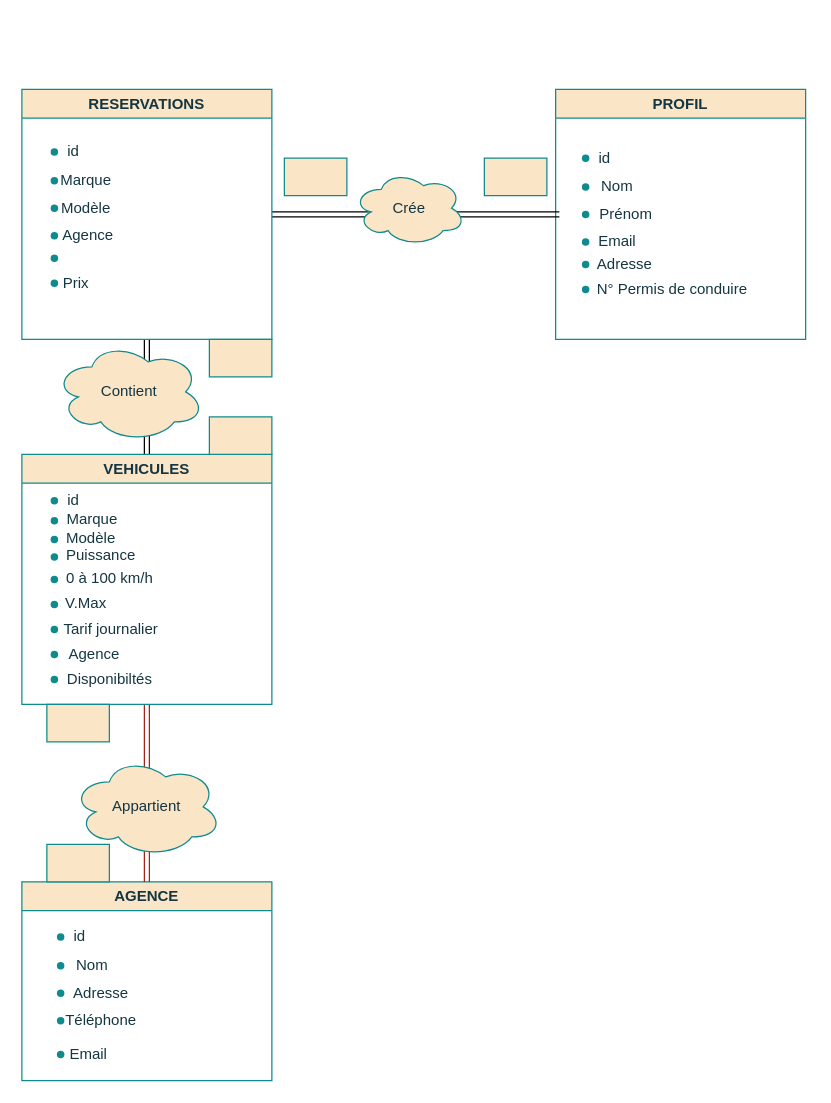
This is Diagramme sans nom.drawio from MichaelKrakowiak/Draw.io, a draw.io file, before an edit. Source tidied: cells renumbered, new cells numbered last; positions are measured from the earlier drawing's top-left corner, leaving out a move shared by most shapes. Both pictures are drawn from the tidied source at 125%, with x=0, y=0 at pixel (21, 89).
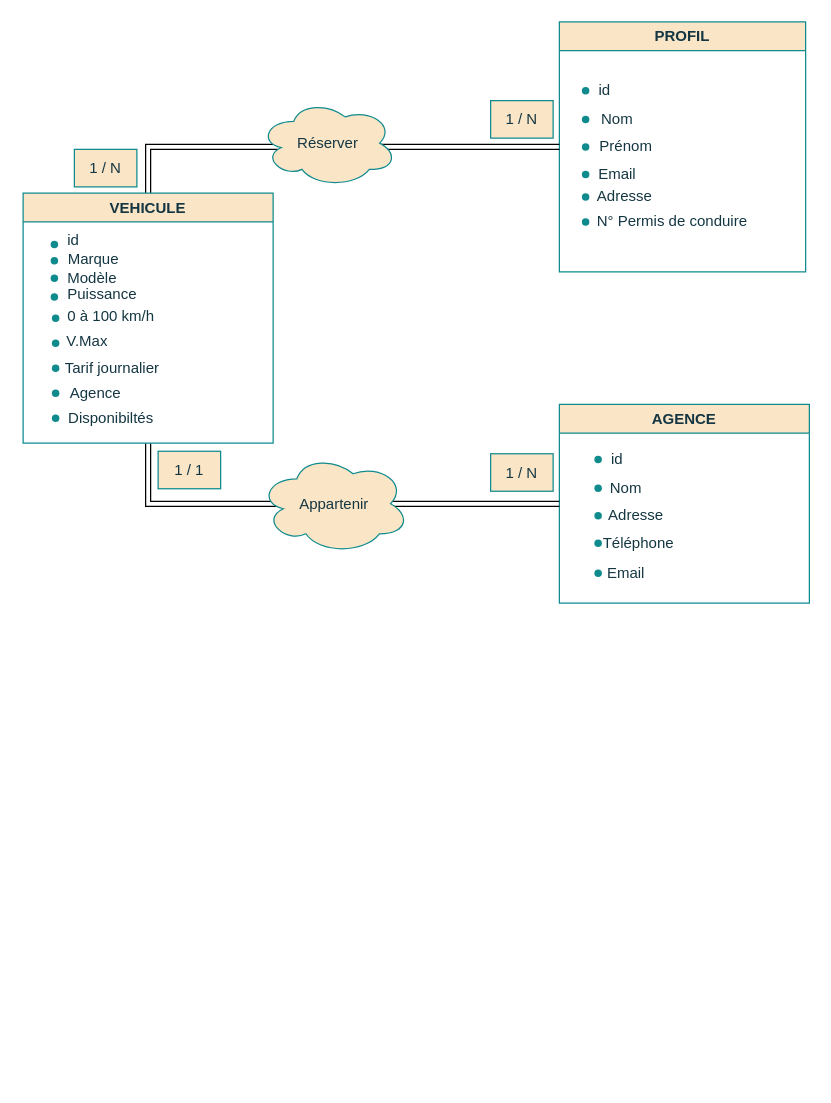
Above is the later version.

Commit message:
Mettre à jour Diagramme sans nom.drawio

The edit, as a diff of the source:
```diff
@@
     <mxCell id="2" value="PROFIL" style="swimlane;whiteSpace=wrap;html=1;labelBackgroundColor=none;fillColor=#FAE5C7;strokeColor=#0F8B8D;fontColor=#143642;" parent="1" vertex="1">
-      <mxGeometry x="427" width="200" height="200" as="geometry" />
+      <mxGeometry x="430" y="-54" width="197" height="200" as="geometry" />
     </mxCell>
     <mxCell id="3" value="AGENCE" style="swimlane;whiteSpace=wrap;html=1;labelBackgroundColor=none;fillColor=#FAE5C7;strokeColor=#0F8B8D;fontColor=#143642;" parent="1" vertex="1">
-      <mxGeometry y="634" width="200" height="159" as="geometry" />
+      <mxGeometry x="430" y="252" width="200" height="159" as="geometry" />
     </mxCell>
@@
     <mxCell id="9" value="Nom" style="text;html=1;align=center;verticalAlign=middle;strokeColor=none;fillColor=none;labelBackgroundColor=none;fontColor=#143642;" parent="3" vertex="1">
-      <mxGeometry x="31" y="52" width="50" height="30" as="geometry" />
+      <mxGeometry x="28" y="52" width="50" height="30" as="geometry" />
     </mxCell>
     <mxCell id="10" value="Adresse" style="text;html=1;align=center;verticalAlign=middle;strokeColor=none;fillColor=none;labelBackgroundColor=none;fontColor=#143642;" parent="3" vertex="1">
-      <mxGeometry x="28" y="74" width="70" height="30" as="geometry" />
+      <mxGeometry x="26" y="74" width="70" height="30" as="geometry" />
     </mxCell>
@@
-    <mxCell id="12" style="edgeStyle=orthogonalEdgeStyle;rounded=0;jettySize=auto;html=1;exitX=1;exitY=0.5;exitDx=0;exitDy=0;shape=link;" parent="1" edge="1" source="14">
-      <mxGeometry relative="1" as="geometry">
-        <mxPoint x="430" y="100" as="targetPoint" />
-      </mxGeometry>
-    </mxCell>
-    <mxCell id="13" style="edgeStyle=orthogonalEdgeStyle;rounded=0;jettySize=auto;html=1;exitX=0.5;exitY=1;exitDx=0;exitDy=0;entryX=0.5;entryY=0;entryDx=0;entryDy=0;shape=link;" parent="1" edge="1" source="14" target="27">
-      <mxGeometry relative="1" as="geometry" />
-    </mxCell>
-    <mxCell id="14" value="RESERVATIONS" style="swimlane;whiteSpace=wrap;html=1;labelBackgroundColor=none;fillColor=#FAE5C7;strokeColor=#0F8B8D;fontColor=#143642;" parent="1" vertex="1">
-      <mxGeometry width="200" height="200" as="geometry" />
-    </mxCell>
-    <mxCell id="15" style="shape=waypoint;sketch=0;size=6;fillColor=none;perimeter=centerPerimeter;labelBackgroundColor=none;strokeColor=#0F8B8D;fontColor=#143642;" parent="14" vertex="1">
-      <mxGeometry x="16" y="107" width="20" height="20" as="geometry" />
-    </mxCell>
-    <mxCell id="16" style="shape=waypoint;sketch=0;size=6;fillColor=none;perimeter=centerPerimeter;labelBackgroundColor=none;strokeColor=#0F8B8D;fontColor=#143642;" parent="14" vertex="1">
-      <mxGeometry x="16" y="40" width="20" height="20" as="geometry" />
-    </mxCell>
-    <mxCell id="17" value="id" style="text;html=1;align=center;verticalAlign=middle;strokeColor=none;fillColor=none;labelBackgroundColor=none;fontColor=#143642;" parent="14" vertex="1">
-      <mxGeometry x="26" y="35" width="30" height="30" as="geometry" />
-    </mxCell>
-    <mxCell id="18" style="shape=waypoint;sketch=0;size=6;fillColor=none;perimeter=centerPerimeter;labelBackgroundColor=none;strokeColor=#0F8B8D;fontColor=#143642;" parent="14" vertex="1">
-      <mxGeometry x="16" y="63" width="20" height="20" as="geometry" />
-    </mxCell>
-    <mxCell id="19" style="shape=waypoint;sketch=0;size=6;fillColor=none;perimeter=centerPerimeter;labelBackgroundColor=none;strokeColor=#0F8B8D;fontColor=#143642;" parent="14" vertex="1">
-      <mxGeometry x="16" y="85" width="20" height="20" as="geometry" />
-    </mxCell>
-    <mxCell id="20" value="Marque" style="text;html=1;align=center;verticalAlign=middle;strokeColor=none;fillColor=none;labelBackgroundColor=none;fontColor=#143642;" parent="14" vertex="1">
-      <mxGeometry x="21" y="58" width="60" height="30" as="geometry" />
-    </mxCell>
-    <mxCell id="21" value="Modèle" style="text;html=1;align=center;verticalAlign=middle;strokeColor=none;fillColor=none;labelBackgroundColor=none;fontColor=#143642;" parent="14" vertex="1">
-      <mxGeometry x="21" y="80" width="60" height="30" as="geometry" />
-    </mxCell>
-    <mxCell id="22" value="&amp;nbsp;Agence" style="text;html=1;align=center;verticalAlign=middle;strokeColor=none;fillColor=none;labelBackgroundColor=none;fontColor=#143642;" parent="14" vertex="1">
-      <mxGeometry x="16" y="102" width="70" height="30" as="geometry" />
-    </mxCell>
-    <mxCell id="23" style="shape=waypoint;sketch=0;size=6;fillColor=none;perimeter=centerPerimeter;labelBackgroundColor=none;strokeColor=#0F8B8D;fontColor=#143642;" parent="14" vertex="1">
-      <mxGeometry x="16" y="145" width="20" height="20" as="geometry" />
-    </mxCell>
-    <mxCell id="24" style="shape=waypoint;sketch=0;size=6;fillColor=none;perimeter=centerPerimeter;labelBackgroundColor=none;strokeColor=#0F8B8D;fontColor=#143642;" parent="14" vertex="1">
-      <mxGeometry x="16" y="125" width="20" height="20" as="geometry" />
-    </mxCell>
-    <mxCell id="25" value="Prix" style="text;html=1;align=center;verticalAlign=middle;strokeColor=none;fillColor=none;labelBackgroundColor=none;fontColor=#143642;" parent="14" vertex="1">
-      <mxGeometry x="23" y="140" width="40" height="30" as="geometry" />
-    </mxCell>
+    <mxCell id="67" style="shape=waypoint;sketch=0;size=6;fillColor=none;perimeter=centerPerimeter;labelBackgroundColor=none;strokeColor=#0F8B8D;fontColor=#143642;" parent="3" vertex="1">
+      <mxGeometry x="21" y="125" width="20" height="20" as="geometry" />
+    </mxCell>
+    <mxCell id="68" value="Email" style="text;html=1;align=center;verticalAlign=middle;strokeColor=none;fillColor=none;labelBackgroundColor=none;fontColor=#143642;" parent="3" vertex="1">
+      <mxGeometry x="28" y="120" width="50" height="30" as="geometry" />
+    </mxCell>
+    <mxCell id="69" style="edgeStyle=orthogonalEdgeStyle;rounded=0;jettySize=auto;html=1;exitX=0.5;exitY=0;exitDx=0;exitDy=0;entryX=0;entryY=0.5;entryDx=0;entryDy=0;shape=link;" parent="1" edge="1" source="27" target="2">
+      <mxGeometry relative="1" as="geometry" />
+    </mxCell>
-    <mxCell id="26" style="edgeStyle=orthogonalEdgeStyle;rounded=0;jettySize=auto;html=1;exitX=0.5;exitY=1;exitDx=0;exitDy=0;entryX=0.5;entryY=0;entryDx=0;entryDy=0;strokeColor=#A8201A;fontColor=#143642;fillColor=#FAE5C7;shape=link;" parent="1" edge="1" source="27" target="3">
+    <mxCell id="26" style="edgeStyle=orthogonalEdgeStyle;rounded=0;jettySize=auto;html=1;exitX=0.5;exitY=1;exitDx=0;exitDy=0;entryX=0;entryY=0.5;entryDx=0;entryDy=0;shape=link;" parent="1" edge="1" source="27" target="3">
       <mxGeometry relative="1" as="geometry" />
     </mxCell>
-    <mxCell id="27" value="VEHICULES" style="swimlane;whiteSpace=wrap;html=1;labelBackgroundColor=none;fillColor=#FAE5C7;strokeColor=#0F8B8D;fontColor=#143642;" parent="1" vertex="1">
-      <mxGeometry y="292" width="200" height="200" as="geometry" />
+    <mxCell id="27" value="VEHICULE" style="swimlane;whiteSpace=wrap;html=1;labelBackgroundColor=none;fillColor=#FAE5C7;strokeColor=#0F8B8D;fontColor=#143642;" parent="1" vertex="1">
+      <mxGeometry x="1" y="83" width="200" height="200" as="geometry" />
     </mxCell>
@@
-    <mxCell id="39" style="rounded=0;whiteSpace=wrap;html=1;strokeColor=#0F8B8D;fontColor=#143642;fillColor=#FAE5C7;" parent="1" vertex="1">
-      <mxGeometry x="210" y="55" width="50" height="30" as="geometry" />
-    </mxCell>
-    <mxCell id="40" style="rounded=0;whiteSpace=wrap;html=1;strokeColor=#0F8B8D;fontColor=#143642;fillColor=#FAE5C7;" parent="1" vertex="1">
-      <mxGeometry x="370" y="55" width="50" height="30" as="geometry" />
+    <mxCell id="40" value="1 / N" style="rounded=0;whiteSpace=wrap;html=1;strokeColor=#0F8B8D;fontColor=#143642;fillColor=#FAE5C7;" parent="1" vertex="1">
+      <mxGeometry x="375" y="9" width="50" height="30" as="geometry" />
     </mxCell>
-    <mxCell id="41" style="rounded=0;whiteSpace=wrap;html=1;strokeColor=#0F8B8D;fontColor=#143642;fillColor=#FAE5C7;" parent="1" vertex="1">
-      <mxGeometry x="20" y="604" width="50" height="30" as="geometry" />
+    <mxCell id="41" value="1 / N" style="rounded=0;whiteSpace=wrap;html=1;strokeColor=#0F8B8D;fontColor=#143642;fillColor=#FAE5C7;" parent="1" vertex="1">
+      <mxGeometry x="375" y="291.5" width="50" height="30" as="geometry" />
     </mxCell>
-    <mxCell id="42" style="rounded=0;whiteSpace=wrap;html=1;strokeColor=#0F8B8D;fontColor=#143642;fillColor=#FAE5C7;" parent="1" vertex="1">
-      <mxGeometry x="20" y="492" width="50" height="30" as="geometry" />
+    <mxCell id="42" value="1 / 1" style="rounded=0;whiteSpace=wrap;html=1;strokeColor=#0F8B8D;fontColor=#143642;fillColor=#FAE5C7;" parent="1" vertex="1">
+      <mxGeometry x="109" y="289.5" width="50" height="30" as="geometry" />
     </mxCell>
-    <mxCell id="43" value="Appartient" style="ellipse;shape=cloud;whiteSpace=wrap;html=1;labelBackgroundColor=none;fillColor=#FAE5C7;strokeColor=#0F8B8D;fontColor=#143642;" parent="1" vertex="1">
-      <mxGeometry x="40" y="534" width="120" height="80" as="geometry" />
+    <mxCell id="43" value="Appartenir" style="ellipse;shape=cloud;whiteSpace=wrap;html=1;labelBackgroundColor=none;fillColor=#FAE5C7;strokeColor=#0F8B8D;fontColor=#143642;" parent="1" vertex="1">
+      <mxGeometry x="190" y="291.5" width="120" height="80" as="geometry" />
     </mxCell>
-    <mxCell id="44" value="Crée" style="ellipse;shape=cloud;whiteSpace=wrap;html=1;labelBackgroundColor=none;fillColor=#FAE5C7;strokeColor=#0F8B8D;fontColor=#143642;" parent="1" vertex="1">
-      <mxGeometry x="265" y="65" width="90" height="60" as="geometry" />
+    <mxCell id="44" value="Réserver" style="ellipse;shape=cloud;whiteSpace=wrap;html=1;labelBackgroundColor=none;fillColor=#FAE5C7;strokeColor=#0F8B8D;fontColor=#143642;" parent="1" vertex="1">
+      <mxGeometry x="190" y="8" width="110" height="70" as="geometry" />
     </mxCell>
-    <mxCell id="45" value="Contient" style="ellipse;shape=cloud;whiteSpace=wrap;html=1;labelBackgroundColor=none;fillColor=#FAE5C7;strokeColor=#0F8B8D;fontColor=#143642;" parent="1" vertex="1">
-      <mxGeometry x="26" y="202" width="120" height="80" as="geometry" />
-    </mxCell>
-    <mxCell id="46" style="rounded=0;whiteSpace=wrap;html=1;strokeColor=#0F8B8D;fontColor=#143642;fillColor=#FAE5C7;" parent="1" vertex="1">
-      <mxGeometry x="150" y="262" width="50" height="30" as="geometry" />
+    <mxCell id="46" value="1 / N" style="rounded=0;whiteSpace=wrap;html=1;strokeColor=#0F8B8D;fontColor=#143642;fillColor=#FAE5C7;" parent="1" vertex="1">
+      <mxGeometry x="42" y="48" width="50" height="30" as="geometry" />
     </mxCell>
-    <mxCell id="47" style="rounded=0;whiteSpace=wrap;html=1;strokeColor=#0F8B8D;fontColor=#143642;fillColor=#FAE5C7;" parent="1" vertex="1">
-      <mxGeometry x="150" y="200" width="50" height="30" as="geometry" />
-    </mxCell>
     <mxCell id="48" style="shape=waypoint;sketch=0;size=6;fillColor=none;perimeter=centerPerimeter;labelBackgroundColor=none;strokeColor=#0F8B8D;fontColor=#143642;" parent="1" vertex="1">
-      <mxGeometry x="16" y="364" width="20" height="20" as="geometry" />
+      <mxGeometry x="16" y="156" width="20" height="20" as="geometry" />
     </mxCell>
     <mxCell id="49" style="shape=waypoint;sketch=0;size=6;fillColor=none;perimeter=centerPerimeter;labelBackgroundColor=none;strokeColor=#0F8B8D;fontColor=#143642;" parent="1" vertex="1">
-      <mxGeometry x="16" y="319" width="20" height="20" as="geometry" />
+      <mxGeometry x="16" y="114" width="20" height="20" as="geometry" />
     </mxCell>
     <mxCell id="50" value="id" style="text;html=1;align=center;verticalAlign=middle;strokeColor=none;fillColor=none;labelBackgroundColor=none;fontColor=#143642;" parent="1" vertex="1">
-      <mxGeometry x="26" y="314" width="30" height="30" as="geometry" />
+      <mxGeometry x="26" y="106" width="30" height="30" as="geometry" />
     </mxCell>
     <mxCell id="51" style="shape=waypoint;sketch=0;size=6;fillColor=none;perimeter=centerPerimeter;labelBackgroundColor=none;strokeColor=#0F8B8D;fontColor=#143642;" parent="1" vertex="1">
-      <mxGeometry x="16" y="335" width="20" height="20" as="geometry" />
+      <mxGeometry x="16" y="127" width="20" height="20" as="geometry" />
     </mxCell>
     <mxCell id="52" style="shape=waypoint;sketch=0;size=6;fillColor=none;perimeter=centerPerimeter;labelBackgroundColor=none;strokeColor=#0F8B8D;fontColor=#143642;" parent="1" vertex="1">
-      <mxGeometry x="16" y="350" width="20" height="20" as="geometry" />
+      <mxGeometry x="16" y="141" width="20" height="20" as="geometry" />
     </mxCell>
     <mxCell id="53" value="Marque" style="text;html=1;align=center;verticalAlign=middle;strokeColor=none;fillColor=none;labelBackgroundColor=none;fontColor=#143642;" parent="1" vertex="1">
-      <mxGeometry x="26" y="329" width="60" height="30" as="geometry" />
+      <mxGeometry x="27" y="121" width="60" height="30" as="geometry" />
     </mxCell>
     <mxCell id="54" value="Modèle" style="text;html=1;align=center;verticalAlign=middle;strokeColor=none;fillColor=none;labelBackgroundColor=none;fontColor=#143642;" parent="1" vertex="1">
-      <mxGeometry x="25" y="344" width="60" height="30" as="geometry" />
+      <mxGeometry x="26" y="136" width="60" height="30" as="geometry" />
     </mxCell>
     <mxCell id="55" style="shape=waypoint;sketch=0;size=6;fillColor=none;perimeter=centerPerimeter;labelBackgroundColor=none;strokeColor=#0F8B8D;fontColor=#143642;" parent="1" vertex="1">
-      <mxGeometry x="441" y="112" width="20" height="20" as="geometry" />
+      <mxGeometry x="441" y="58" width="20" height="20" as="geometry" />
     </mxCell>
     <mxCell id="56" style="shape=waypoint;sketch=0;size=6;fillColor=none;perimeter=centerPerimeter;labelBackgroundColor=none;strokeColor=#0F8B8D;fontColor=#143642;" parent="1" vertex="1">
-      <mxGeometry x="441" y="45" width="20" height="20" as="geometry" />
+      <mxGeometry x="441" y="-9" width="20" height="20" as="geometry" />
     </mxCell>
     <mxCell id="57" value="id" style="text;html=1;align=center;verticalAlign=middle;strokeColor=none;fillColor=none;labelBackgroundColor=none;fontColor=#143642;" parent="1" vertex="1">
-      <mxGeometry x="451" y="40" width="30" height="30" as="geometry" />
+      <mxGeometry x="451" y="-14" width="30" height="30" as="geometry" />
     </mxCell>
     <mxCell id="58" style="shape=waypoint;sketch=0;size=6;fillColor=none;perimeter=centerPerimeter;labelBackgroundColor=none;strokeColor=#0F8B8D;fontColor=#143642;" parent="1" vertex="1">
-      <mxGeometry x="441" y="68" width="20" height="20" as="geometry" />
+      <mxGeometry x="441" y="14" width="20" height="20" as="geometry" />
     </mxCell>
     <mxCell id="59" style="shape=waypoint;sketch=0;size=6;fillColor=none;perimeter=centerPerimeter;labelBackgroundColor=none;strokeColor=#0F8B8D;fontColor=#143642;" parent="1" vertex="1">
-      <mxGeometry x="441" y="90" width="20" height="20" as="geometry" />
+      <mxGeometry x="441" y="36" width="20" height="20" as="geometry" />
     </mxCell>
     <mxCell id="60" value="Nom" style="text;html=1;align=center;verticalAlign=middle;strokeColor=none;fillColor=none;labelBackgroundColor=none;fontColor=#143642;" parent="1" vertex="1">
-      <mxGeometry x="451" y="63" width="50" height="30" as="geometry" />
+      <mxGeometry x="451" y="9" width="50" height="30" as="geometry" />
     </mxCell>
     <mxCell id="61" value="Prénom" style="text;html=1;align=center;verticalAlign=middle;strokeColor=none;fillColor=none;labelBackgroundColor=none;fontColor=#143642;" parent="1" vertex="1">
-      <mxGeometry x="448" y="85" width="70" height="30" as="geometry" />
+      <mxGeometry x="448" y="31" width="70" height="30" as="geometry" />
     </mxCell>
     <mxCell id="62" value="Email" style="text;html=1;align=center;verticalAlign=middle;strokeColor=none;fillColor=none;labelBackgroundColor=none;fontColor=#143642;" parent="1" vertex="1">
-      <mxGeometry x="451" y="107" width="50" height="30" as="geometry" />
+      <mxGeometry x="451" y="53" width="50" height="30" as="geometry" />
     </mxCell>
     <mxCell id="63" style="shape=waypoint;sketch=0;size=6;fillColor=none;perimeter=centerPerimeter;labelBackgroundColor=none;strokeColor=#0F8B8D;fontColor=#143642;" parent="1" vertex="1">
-      <mxGeometry x="441" y="150" width="20" height="20" as="geometry" />
+      <mxGeometry x="441" y="96" width="20" height="20" as="geometry" />
     </mxCell>
     <mxCell id="64" style="shape=waypoint;sketch=0;size=6;fillColor=none;perimeter=centerPerimeter;labelBackgroundColor=none;strokeColor=#0F8B8D;fontColor=#143642;" parent="1" vertex="1">
-      <mxGeometry x="441" y="130" width="20" height="20" as="geometry" />
+      <mxGeometry x="441" y="76" width="20" height="20" as="geometry" />
     </mxCell>
     <mxCell id="65" value="N° Permis de conduire" style="text;html=1;align=center;verticalAlign=middle;strokeColor=none;fillColor=none;labelBackgroundColor=none;fontColor=#143642;" parent="1" vertex="1">
-      <mxGeometry x="450" y="145" width="140" height="30" as="geometry" />
+      <mxGeometry x="450" y="91" width="140" height="30" as="geometry" />
     </mxCell>
     <mxCell id="66" value="Adresse" style="text;html=1;align=center;verticalAlign=middle;strokeColor=none;fillColor=none;labelBackgroundColor=none;fontColor=#143642;" parent="1" vertex="1">
-      <mxGeometry x="447" y="125" width="70" height="30" as="geometry" />
+      <mxGeometry x="447" y="71" width="70" height="30" as="geometry" />
     </mxCell>
-    <mxCell id="67" style="shape=waypoint;sketch=0;size=6;fillColor=none;perimeter=centerPerimeter;labelBackgroundColor=none;strokeColor=#0F8B8D;fontColor=#143642;" parent="1" vertex="1">
-      <mxGeometry x="21" y="762" width="20" height="20" as="geometry" />
-    </mxCell>
-    <mxCell id="68" value="Email" style="text;html=1;align=center;verticalAlign=middle;strokeColor=none;fillColor=none;labelBackgroundColor=none;fontColor=#143642;" parent="1" vertex="1">
-      <mxGeometry x="28" y="757" width="50" height="30" as="geometry" />
-    </mxCell>
```
